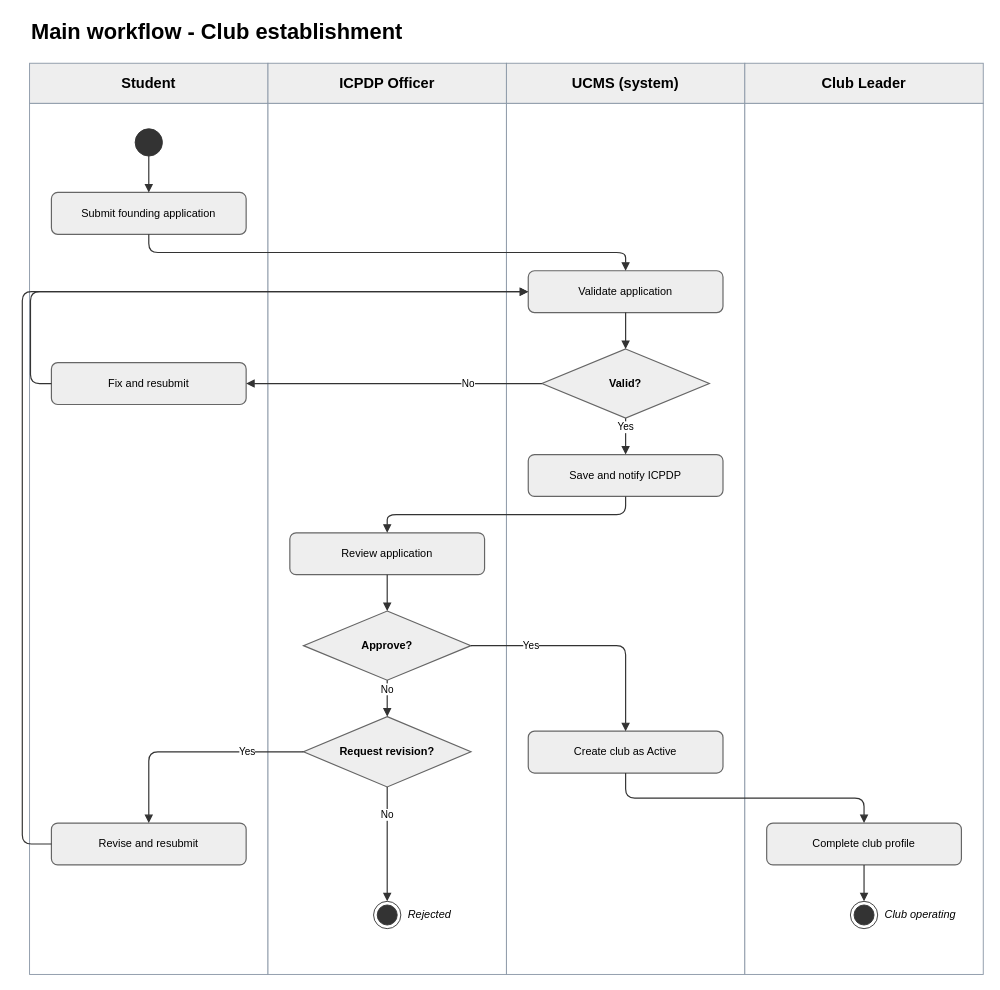
The draw.io diagram page "01 Club establishment" (1 of 10) of docs/03-diagrams/UCMS_Main_Workflow.drawio in nvdekay/ClubManagementSystem, before the edit. Source tidied: cells renumbered, new cells numbered last; positions are measured from the earlier drawing's top-left corner, leaving out a move shared by most shapes. Both pictures are drawn from the tidied source at 91%, with x=0, y=0 at pixel (22, 15).
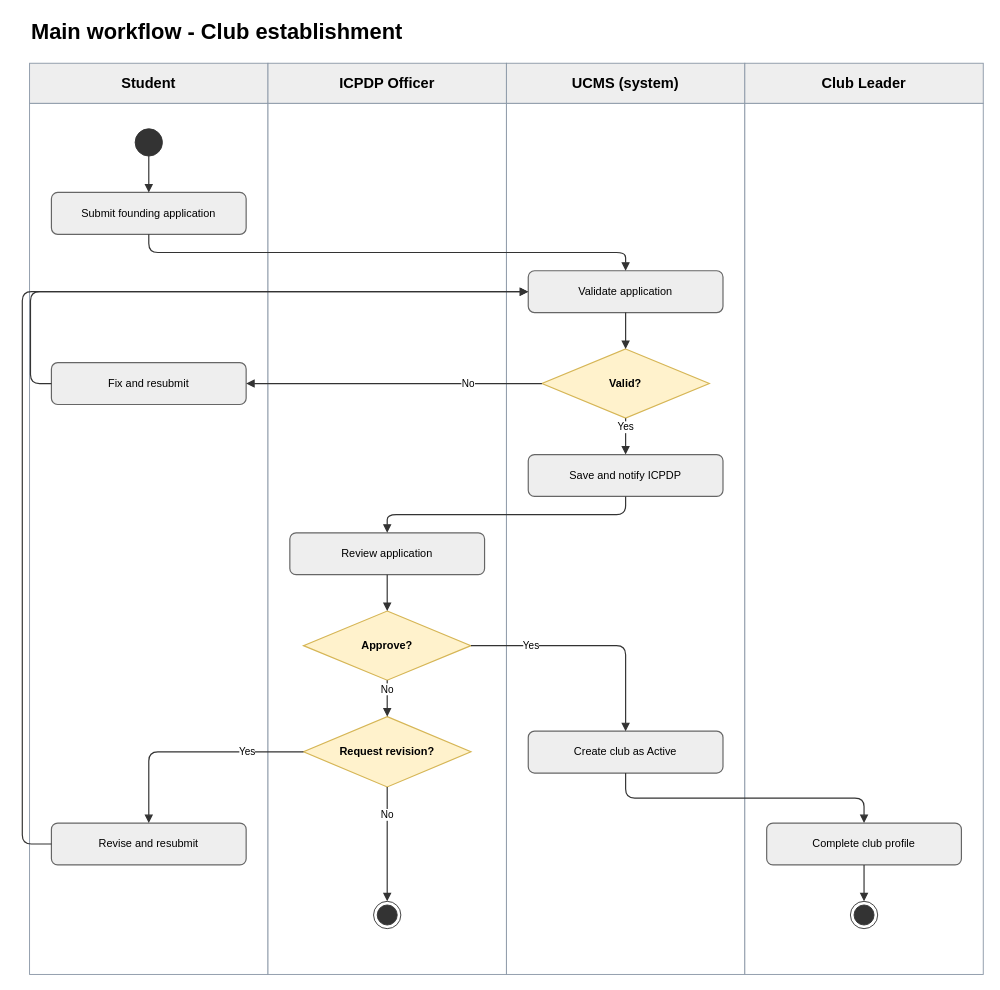
The same diagram, later.

Diff of the diagram source:
```diff
@@
-    <mxCell id="14" value="Valid?" style="rhombus;whiteSpace=wrap;html=1;fillColor=#eeeeee;strokeColor=#666666;strokeWidth=1.3;fontStyle=1;spacingLeft=18;spacingRight=18;fontSize=12;" parent="1" vertex="1">
+    <mxCell id="14" value="Valid?" style="rhombus;whiteSpace=wrap;html=1;fillColor=#fff2cc;strokeColor=#d6b656;strokeWidth=1.3;fontStyle=1;spacingLeft=18;spacingRight=18;fontSize=12;" parent="1" vertex="1">
       <mxGeometry x="571" y="366" width="184" height="76" as="geometry" />
     </mxCell>
@@
-    <mxCell id="18" value="Approve?" style="rhombus;whiteSpace=wrap;html=1;fillColor=#eeeeee;strokeColor=#666666;strokeWidth=1.3;fontStyle=1;spacingLeft=18;spacingRight=18;fontSize=12;" parent="1" vertex="1">
+    <mxCell id="18" value="Approve?" style="rhombus;whiteSpace=wrap;html=1;fillColor=#fff2cc;strokeColor=#d6b656;strokeWidth=1.3;fontStyle=1;spacingLeft=18;spacingRight=18;fontSize=12;" parent="1" vertex="1">
       <mxGeometry x="309" y="654" width="184" height="76" as="geometry" />
     </mxCell>
-    <mxCell id="19" value="Request revision?" style="rhombus;whiteSpace=wrap;html=1;fillColor=#eeeeee;strokeColor=#666666;strokeWidth=1.3;fontStyle=1;spacingLeft=18;spacingRight=18;fontSize=12;" parent="1" vertex="1">
+    <mxCell id="19" value="Request revision?" style="rhombus;whiteSpace=wrap;html=1;fillColor=#fff2cc;strokeColor=#d6b656;strokeWidth=1.3;fontStyle=1;spacingLeft=18;spacingRight=18;fontSize=12;" parent="1" vertex="1">
       <mxGeometry x="309" y="770" width="184" height="77.3" as="geometry" />
     </mxCell>
@@
-    <mxCell id="22" value="Rejected" style="text;html=1;whiteSpace=wrap;align=left;verticalAlign=middle;fontSize=12;fontStyle=2;" parent="1" vertex="1">
-      <mxGeometry x="422" y="965" width="104" height="46" as="geometry" />
-    </mxCell>
@@
-    <mxCell id="26" value="Club operating" style="text;html=1;whiteSpace=wrap;align=left;verticalAlign=middle;fontSize=12;fontStyle=2;" parent="1" vertex="1">
-      <mxGeometry x="946" y="965" width="104" height="46" as="geometry" />
-    </mxCell>
```
